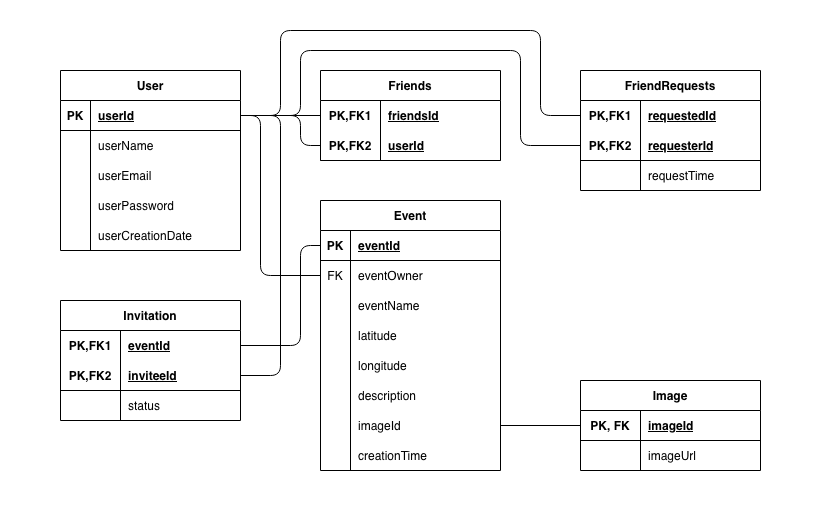
Above: assets/data_model.png in lucashoeft/huddle (draw.io), before the change. Source tidied: cells renumbered, new cells last; positions are measured from the earlier drawing's top-left corner, leaving out a move shared by most shapes. The source it was exported from:
```xml
<mxGraphModel>
  <root>
    <mxCell id="0" />
    <mxCell id="1" parent="0" />
    <mxCell id="2" style="rounded=0;whiteSpace=wrap;html=1;strokeColor=none;" parent="1" vertex="1">
      <mxGeometry width="820" height="520" as="geometry" />
    </mxCell>
    <mxCell id="3" value="User" style="shape=table;startSize=30;rowLines=0;fontStyle=1;align=center;" parent="1" vertex="1">
      <mxGeometry x="60" y="70" width="180" height="180" as="geometry" />
    </mxCell>
    <mxCell id="4" style="shape=partialRectangle;fillColor=none;top=0;left=0;bottom=1;right=0;points=[[0,0.5],[1,0.5]];portConstraint=eastwest;" parent="3" vertex="1">
      <mxGeometry y="30" width="180" height="30" as="geometry" />
    </mxCell>
    <mxCell id="5" value="PK" style="shape=partialRectangle;fillColor=none;top=0;left=0;bottom=0;right=0;fontStyle=1;overflow=hidden;" parent="4" vertex="1">
      <mxGeometry width="30" height="30" as="geometry" />
    </mxCell>
    <mxCell id="6" value="userId" style="shape=partialRectangle;fillColor=none;top=0;left=0;bottom=0;right=0;align=left;spacingLeft=6;fontStyle=5;overflow=hidden;" parent="4" vertex="1">
      <mxGeometry x="30" width="150" height="30" as="geometry" />
    </mxCell>
    <mxCell id="7" style="shape=partialRectangle;fillColor=none;top=0;left=0;bottom=0;right=0;" parent="3" vertex="1">
      <mxGeometry y="60" width="180" height="30" as="geometry" />
    </mxCell>
    <mxCell id="8" style="shape=partialRectangle;fillColor=none;top=0;left=0;bottom=0;right=0;overflow=hidden;" parent="7" vertex="1">
      <mxGeometry width="30" height="30" as="geometry" />
    </mxCell>
    <mxCell id="9" value="userName" style="shape=partialRectangle;fillColor=none;top=0;left=0;bottom=0;right=0;align=left;spacingLeft=6;overflow=hidden;" parent="7" vertex="1">
      <mxGeometry x="30" width="150" height="30" as="geometry" />
    </mxCell>
    <mxCell id="10" style="shape=partialRectangle;fillColor=none;top=0;left=0;bottom=0;right=0;" parent="3" vertex="1">
      <mxGeometry y="90" width="180" height="30" as="geometry" />
    </mxCell>
    <mxCell id="11" style="shape=partialRectangle;fillColor=none;top=0;left=0;bottom=0;right=0;overflow=hidden;" parent="10" vertex="1">
      <mxGeometry width="30" height="30" as="geometry" />
    </mxCell>
    <mxCell id="12" value="userEmail" style="shape=partialRectangle;fillColor=none;top=0;left=0;bottom=0;right=0;align=left;spacingLeft=6;overflow=hidden;" parent="10" vertex="1">
      <mxGeometry x="30" width="150" height="30" as="geometry" />
    </mxCell>
    <mxCell id="13" style="shape=partialRectangle;fillColor=none;top=0;left=0;bottom=0;right=0;" parent="3" vertex="1">
      <mxGeometry y="120" width="180" height="30" as="geometry" />
    </mxCell>
    <mxCell id="14" style="shape=partialRectangle;fillColor=none;top=0;left=0;bottom=0;right=0;overflow=hidden;" parent="13" vertex="1">
      <mxGeometry width="30" height="30" as="geometry" />
    </mxCell>
    <mxCell id="15" value="userPassword" style="shape=partialRectangle;fillColor=none;top=0;left=0;bottom=0;right=0;align=left;spacingLeft=6;overflow=hidden;" parent="13" vertex="1">
      <mxGeometry x="30" width="150" height="30" as="geometry" />
    </mxCell>
    <mxCell id="16" style="shape=partialRectangle;fillColor=none;top=0;left=0;bottom=0;right=0;" parent="3" vertex="1">
      <mxGeometry y="150" width="180" height="30" as="geometry" />
    </mxCell>
    <mxCell id="17" style="shape=partialRectangle;fillColor=none;top=0;left=0;bottom=0;right=0;overflow=hidden;" parent="16" vertex="1">
      <mxGeometry width="30" height="30" as="geometry" />
    </mxCell>
    <mxCell id="18" value="userCreationDate" style="shape=partialRectangle;fillColor=none;top=0;left=0;bottom=0;right=0;align=left;spacingLeft=6;overflow=hidden;" parent="16" vertex="1">
      <mxGeometry x="30" width="150" height="30" as="geometry" />
    </mxCell>
    <mxCell id="19" value="Event" style="shape=table;startSize=30;rowLines=0;fontStyle=1;align=center;" parent="1" vertex="1">
      <mxGeometry x="320" y="200" width="180" height="270" as="geometry" />
    </mxCell>
    <mxCell id="20" style="shape=partialRectangle;fillColor=none;top=0;left=0;bottom=1;right=0;points=[[0,0.5],[1,0.5]];portConstraint=eastwest;" parent="19" vertex="1">
      <mxGeometry y="30" width="180" height="30" as="geometry" />
    </mxCell>
    <mxCell id="21" value="PK" style="shape=partialRectangle;fillColor=none;top=0;left=0;bottom=0;right=0;fontStyle=1;overflow=hidden;" parent="20" vertex="1">
      <mxGeometry width="30" height="30" as="geometry" />
    </mxCell>
    <mxCell id="22" value="eventId" style="shape=partialRectangle;fillColor=none;top=0;left=0;bottom=0;right=0;align=left;spacingLeft=6;fontStyle=5;overflow=hidden;" parent="20" vertex="1">
      <mxGeometry x="30" width="150" height="30" as="geometry" />
    </mxCell>
    <mxCell id="23" style="shape=partialRectangle;fillColor=none;top=0;left=0;bottom=0;right=0;points=[[0,0.5],[1,0.5]];portConstraint=eastwest;" parent="19" vertex="1">
      <mxGeometry y="60" width="180" height="30" as="geometry" />
    </mxCell>
    <mxCell id="24" value="FK" style="shape=partialRectangle;fillColor=none;top=0;left=0;bottom=0;right=0;overflow=hidden;" parent="23" vertex="1">
      <mxGeometry width="30" height="30" as="geometry" />
    </mxCell>
    <mxCell id="25" value="eventOwner" style="shape=partialRectangle;fillColor=none;top=0;left=0;bottom=0;right=0;align=left;spacingLeft=6;overflow=hidden;" parent="23" vertex="1">
      <mxGeometry x="30" width="150" height="30" as="geometry" />
    </mxCell>
    <mxCell id="26" style="shape=partialRectangle;fillColor=none;top=0;left=0;bottom=0;right=0;" parent="19" vertex="1">
      <mxGeometry y="90" width="180" height="30" as="geometry" />
    </mxCell>
    <mxCell id="27" style="shape=partialRectangle;fillColor=none;top=0;left=0;bottom=0;right=0;overflow=hidden;" parent="26" vertex="1">
      <mxGeometry width="30" height="30" as="geometry" />
    </mxCell>
    <mxCell id="28" value="eventName" style="shape=partialRectangle;fillColor=none;top=0;left=0;bottom=0;right=0;align=left;spacingLeft=6;overflow=hidden;" parent="26" vertex="1">
      <mxGeometry x="30" width="150" height="30" as="geometry" />
    </mxCell>
    <mxCell id="29" style="shape=partialRectangle;fillColor=none;top=0;left=0;bottom=0;right=0;" parent="19" vertex="1">
      <mxGeometry y="120" width="180" height="30" as="geometry" />
    </mxCell>
    <mxCell id="30" style="shape=partialRectangle;fillColor=none;top=0;left=0;bottom=0;right=0;overflow=hidden;" parent="29" vertex="1">
      <mxGeometry width="30" height="30" as="geometry" />
    </mxCell>
    <mxCell id="31" value="latitude" style="shape=partialRectangle;fillColor=none;top=0;left=0;bottom=0;right=0;align=left;spacingLeft=6;overflow=hidden;" parent="29" vertex="1">
      <mxGeometry x="30" width="150" height="30" as="geometry" />
    </mxCell>
    <mxCell id="32" style="shape=partialRectangle;fillColor=none;top=0;left=0;bottom=0;right=0;" parent="19" vertex="1">
      <mxGeometry y="150" width="180" height="30" as="geometry" />
    </mxCell>
    <mxCell id="33" style="shape=partialRectangle;fillColor=none;top=0;left=0;bottom=0;right=0;overflow=hidden;" parent="32" vertex="1">
      <mxGeometry width="30" height="30" as="geometry" />
    </mxCell>
    <mxCell id="34" value="longitude" style="shape=partialRectangle;fillColor=none;top=0;left=0;bottom=0;right=0;align=left;spacingLeft=6;overflow=hidden;" parent="32" vertex="1">
      <mxGeometry x="30" width="150" height="30" as="geometry" />
    </mxCell>
    <mxCell id="35" style="shape=partialRectangle;fillColor=none;top=0;left=0;bottom=0;right=0;" parent="19" vertex="1">
      <mxGeometry y="180" width="180" height="30" as="geometry" />
    </mxCell>
    <mxCell id="36" style="shape=partialRectangle;fillColor=none;top=0;left=0;bottom=0;right=0;overflow=hidden;" parent="35" vertex="1">
      <mxGeometry width="30" height="30" as="geometry" />
    </mxCell>
    <mxCell id="37" value="description" style="shape=partialRectangle;fillColor=none;top=0;left=0;bottom=0;right=0;align=left;spacingLeft=6;overflow=hidden;" parent="35" vertex="1">
      <mxGeometry x="30" width="150" height="30" as="geometry" />
    </mxCell>
    <mxCell id="38" style="shape=partialRectangle;fillColor=none;top=0;left=0;bottom=0;right=0;points=[[0,0.5],[1,0.5]];portConstraint=eastwest;" parent="19" vertex="1">
      <mxGeometry y="210" width="180" height="30" as="geometry" />
    </mxCell>
    <mxCell id="39" style="shape=partialRectangle;fillColor=none;top=0;left=0;bottom=0;right=0;overflow=hidden;" parent="38" vertex="1">
      <mxGeometry width="30" height="30" as="geometry" />
    </mxCell>
    <mxCell id="40" value="imageId" style="shape=partialRectangle;fillColor=none;top=0;left=0;bottom=0;right=0;align=left;spacingLeft=6;overflow=hidden;" parent="38" vertex="1">
      <mxGeometry x="30" width="150" height="30" as="geometry" />
    </mxCell>
    <mxCell id="41" style="shape=partialRectangle;fillColor=none;top=0;left=0;bottom=0;right=0;" parent="19" vertex="1">
      <mxGeometry y="240" width="180" height="30" as="geometry" />
    </mxCell>
    <mxCell id="42" style="shape=partialRectangle;fillColor=none;top=0;left=0;bottom=0;right=0;overflow=hidden;" parent="41" vertex="1">
      <mxGeometry width="30" height="30" as="geometry" />
    </mxCell>
    <mxCell id="43" value="creationTime" style="shape=partialRectangle;fillColor=none;top=0;left=0;bottom=0;right=0;align=left;spacingLeft=6;overflow=hidden;" parent="41" vertex="1">
      <mxGeometry x="30" width="150" height="30" as="geometry" />
    </mxCell>
    <mxCell id="44" value="Friends" style="shape=table;startSize=30;rowLines=0;fontStyle=1;align=center;" parent="1" vertex="1">
      <mxGeometry x="320" y="70" width="180" height="90" as="geometry" />
    </mxCell>
    <mxCell id="45" style="shape=partialRectangle;fillColor=none;top=0;left=0;bottom=0;right=0;points=[[0,0.5],[1,0.5]];portConstraint=eastwest;" parent="44" vertex="1">
      <mxGeometry y="30" width="180" height="30" as="geometry" />
    </mxCell>
    <mxCell id="46" value="PK,FK1" style="shape=partialRectangle;fillColor=none;top=0;left=0;bottom=0;right=0;fontStyle=1;overflow=hidden;" parent="45" vertex="1">
      <mxGeometry width="60" height="30" as="geometry" />
    </mxCell>
    <mxCell id="47" value="friendsId" style="shape=partialRectangle;fillColor=none;top=0;left=0;bottom=0;right=0;align=left;spacingLeft=6;fontStyle=5;overflow=hidden;" parent="45" vertex="1">
      <mxGeometry x="60" width="120" height="30" as="geometry" />
    </mxCell>
    <mxCell id="48" style="shape=partialRectangle;fillColor=none;top=0;left=0;bottom=1;right=0;points=[[0,0.5],[1,0.5]];portConstraint=eastwest;" parent="44" vertex="1">
      <mxGeometry y="60" width="180" height="30" as="geometry" />
    </mxCell>
    <mxCell id="49" value="PK,FK2" style="shape=partialRectangle;fillColor=none;top=0;left=0;bottom=0;right=0;fontStyle=1;overflow=hidden;" parent="48" vertex="1">
      <mxGeometry width="60" height="30" as="geometry" />
    </mxCell>
    <mxCell id="50" value="userId" style="shape=partialRectangle;fillColor=none;top=0;left=0;bottom=0;right=0;align=left;spacingLeft=6;fontStyle=5;overflow=hidden;" parent="48" vertex="1">
      <mxGeometry x="60" width="120" height="30" as="geometry" />
    </mxCell>
    <mxCell id="51" value="Image" style="shape=table;startSize=30;rowLines=0;fontStyle=1;align=center;" parent="1" vertex="1">
      <mxGeometry x="580" y="380" width="180" height="90" as="geometry" />
    </mxCell>
    <mxCell id="52" style="shape=partialRectangle;fillColor=none;top=0;left=0;bottom=1;right=0;points=[[0,0.5],[1,0.5]];portConstraint=eastwest;" parent="51" vertex="1">
      <mxGeometry y="30" width="180" height="30" as="geometry" />
    </mxCell>
    <mxCell id="53" value="PK, FK" style="shape=partialRectangle;fillColor=none;top=0;left=0;bottom=0;right=0;fontStyle=1;overflow=hidden;" parent="52" vertex="1">
      <mxGeometry width="60" height="30" as="geometry" />
    </mxCell>
    <mxCell id="54" value="imageId" style="shape=partialRectangle;fillColor=none;top=0;left=0;bottom=0;right=0;align=left;spacingLeft=6;fontStyle=5;overflow=hidden;" parent="52" vertex="1">
      <mxGeometry x="60" width="120" height="30" as="geometry" />
    </mxCell>
    <mxCell id="55" style="shape=partialRectangle;fillColor=none;top=0;left=0;bottom=0;right=0;" parent="51" vertex="1">
      <mxGeometry y="60" width="180" height="30" as="geometry" />
    </mxCell>
    <mxCell id="56" style="shape=partialRectangle;fillColor=none;top=0;left=0;bottom=0;right=0;overflow=hidden;" parent="55" vertex="1">
      <mxGeometry width="60" height="30" as="geometry" />
    </mxCell>
    <mxCell id="57" value="imageUrl" style="shape=partialRectangle;fillColor=none;top=0;left=0;bottom=0;right=0;align=left;spacingLeft=6;overflow=hidden;" parent="55" vertex="1">
      <mxGeometry x="60" width="120" height="30" as="geometry" />
    </mxCell>
    <mxCell id="58" style="endArrow=none;html=1;rounded=0;exitX=1;exitY=0.5;exitDx=0;exitDy=0;entryX=0;entryY=0.5;entryDx=0;entryDy=0;" parent="1" edge="1" source="38" target="52">
      <mxGeometry relative="1" as="geometry" />
    </mxCell>
    <mxCell id="59" value="Invitation" style="shape=table;startSize=30;rowLines=0;fontStyle=1;align=center;" parent="1" vertex="1">
      <mxGeometry x="60" y="300" width="180" height="120" as="geometry" />
    </mxCell>
    <mxCell id="60" style="shape=partialRectangle;fillColor=none;top=0;left=0;bottom=0;right=0;points=[[0,0.5],[1,0.5]];portConstraint=eastwest;" parent="59" vertex="1">
      <mxGeometry y="30" width="180" height="30" as="geometry" />
    </mxCell>
    <mxCell id="61" value="PK,FK1" style="shape=partialRectangle;fillColor=none;top=0;left=0;bottom=0;right=0;fontStyle=1;overflow=hidden;" parent="60" vertex="1">
      <mxGeometry width="60" height="30" as="geometry" />
    </mxCell>
    <mxCell id="62" value="eventId" style="shape=partialRectangle;fillColor=none;top=0;left=0;bottom=0;right=0;align=left;spacingLeft=6;fontStyle=5;overflow=hidden;" parent="60" vertex="1">
      <mxGeometry x="60" width="120" height="30" as="geometry" />
    </mxCell>
    <mxCell id="63" style="shape=partialRectangle;fillColor=none;top=0;left=0;bottom=1;right=0;points=[[0,0.5],[1,0.5]];portConstraint=eastwest;" parent="59" vertex="1">
      <mxGeometry y="60" width="180" height="30" as="geometry" />
    </mxCell>
    <mxCell id="64" value="PK,FK2" style="shape=partialRectangle;fillColor=none;top=0;left=0;bottom=0;right=0;fontStyle=1;overflow=hidden;" parent="63" vertex="1">
      <mxGeometry width="60" height="30" as="geometry" />
    </mxCell>
    <mxCell id="65" value="inviteeId" style="shape=partialRectangle;fillColor=none;top=0;left=0;bottom=0;right=0;align=left;spacingLeft=6;fontStyle=5;overflow=hidden;" parent="63" vertex="1">
      <mxGeometry x="60" width="120" height="30" as="geometry" />
    </mxCell>
    <mxCell id="66" style="shape=partialRectangle;fillColor=none;top=0;left=0;bottom=0;right=0;" parent="59" vertex="1">
      <mxGeometry y="90" width="180" height="30" as="geometry" />
    </mxCell>
    <mxCell id="67" style="shape=partialRectangle;fillColor=none;top=0;left=0;bottom=0;right=0;overflow=hidden;" parent="66" vertex="1">
      <mxGeometry width="60" height="30" as="geometry" />
    </mxCell>
    <mxCell id="68" value="status" style="shape=partialRectangle;fillColor=none;top=0;left=0;bottom=0;right=0;align=left;spacingLeft=6;overflow=hidden;" parent="66" vertex="1">
      <mxGeometry x="60" width="120" height="30" as="geometry" />
    </mxCell>
    <mxCell id="69" style="endArrow=none;html=1;entryX=1;entryY=0.5;entryDx=0;entryDy=0;exitX=1;exitY=0.5;exitDx=0;exitDy=0;" parent="1" edge="1" source="4" target="63">
      <mxGeometry relative="1" as="geometry">
        <Array as="points">
          <mxPoint x="280" y="115" />
          <mxPoint x="280" y="375" />
        </Array>
      </mxGeometry>
    </mxCell>
    <mxCell id="70" style="endArrow=none;html=1;entryX=1;entryY=0.5;entryDx=0;entryDy=0;exitX=0;exitY=0.5;exitDx=0;exitDy=0;" parent="1" edge="1" source="20" target="60">
      <mxGeometry relative="1" as="geometry">
        <Array as="points">
          <mxPoint x="300" y="245" />
          <mxPoint x="300" y="345" />
        </Array>
      </mxGeometry>
    </mxCell>
    <mxCell id="71" style="endArrow=none;html=1;exitX=0;exitY=0.5;exitDx=0;exitDy=0;entryX=1;entryY=0.5;entryDx=0;entryDy=0;" parent="1" edge="1" source="45" target="4">
      <mxGeometry relative="1" as="geometry" />
    </mxCell>
    <mxCell id="72" style="endArrow=none;html=1;exitX=0;exitY=0.5;exitDx=0;exitDy=0;entryX=1;entryY=0.5;entryDx=0;entryDy=0;" parent="1" edge="1" source="48" target="4">
      <mxGeometry relative="1" as="geometry">
        <Array as="points">
          <mxPoint x="300" y="145" />
          <mxPoint x="300" y="115" />
        </Array>
      </mxGeometry>
    </mxCell>
    <mxCell id="73" style="endArrow=none;html=1;entryX=0;entryY=0.5;entryDx=0;entryDy=0;exitX=1;exitY=0.5;exitDx=0;exitDy=0;" parent="1" edge="1" source="4" target="23">
      <mxGeometry relative="1" as="geometry">
        <Array as="points">
          <mxPoint x="260" y="115" />
          <mxPoint x="260" y="275" />
        </Array>
      </mxGeometry>
    </mxCell>
    <mxCell id="74" value="FriendRequests" style="shape=table;startSize=30;rowLines=0;fontStyle=1;align=center;" parent="1" vertex="1">
      <mxGeometry x="580" y="70" width="180" height="120" as="geometry" />
    </mxCell>
    <mxCell id="75" style="shape=partialRectangle;fillColor=none;top=0;left=0;bottom=0;right=0;points=[[0,0.5],[1,0.5]];portConstraint=eastwest;" parent="74" vertex="1">
      <mxGeometry y="30" width="180" height="30" as="geometry" />
    </mxCell>
    <mxCell id="76" value="PK,FK1" style="shape=partialRectangle;fillColor=none;top=0;left=0;bottom=0;right=0;fontStyle=1;overflow=hidden;" parent="75" vertex="1">
      <mxGeometry width="60" height="30" as="geometry" />
    </mxCell>
    <mxCell id="77" value="requestedId" style="shape=partialRectangle;fillColor=none;top=0;left=0;bottom=0;right=0;align=left;spacingLeft=6;fontStyle=5;overflow=hidden;" parent="75" vertex="1">
      <mxGeometry x="60" width="120" height="30" as="geometry" />
    </mxCell>
    <mxCell id="78" style="shape=partialRectangle;fillColor=none;top=0;left=0;bottom=1;right=0;points=[[0,0.5],[1,0.5]];portConstraint=eastwest;" parent="74" vertex="1">
      <mxGeometry y="60" width="180" height="30" as="geometry" />
    </mxCell>
    <mxCell id="79" value="PK,FK2" style="shape=partialRectangle;fillColor=none;top=0;left=0;bottom=0;right=0;fontStyle=1;overflow=hidden;" parent="78" vertex="1">
      <mxGeometry width="60" height="30" as="geometry" />
    </mxCell>
    <mxCell id="80" value="requesterId" style="shape=partialRectangle;fillColor=none;top=0;left=0;bottom=0;right=0;align=left;spacingLeft=6;fontStyle=5;overflow=hidden;" parent="78" vertex="1">
      <mxGeometry x="60" width="120" height="30" as="geometry" />
    </mxCell>
    <mxCell id="81" style="shape=partialRectangle;fillColor=none;top=0;left=0;bottom=0;right=0;" parent="74" vertex="1">
      <mxGeometry y="90" width="180" height="30" as="geometry" />
    </mxCell>
    <mxCell id="82" style="shape=partialRectangle;fillColor=none;top=0;left=0;bottom=0;right=0;overflow=hidden;" parent="81" vertex="1">
      <mxGeometry width="60" height="30" as="geometry" />
    </mxCell>
    <mxCell id="83" value="requestTime" style="shape=partialRectangle;fillColor=none;top=0;left=0;bottom=0;right=0;align=left;spacingLeft=6;overflow=hidden;" parent="81" vertex="1">
      <mxGeometry x="60" width="120" height="30" as="geometry" />
    </mxCell>
    <mxCell id="84" style="endArrow=none;html=1;entryX=0;entryY=0.5;entryDx=0;entryDy=0;exitX=1;exitY=0.5;exitDx=0;exitDy=0;" parent="1" edge="1" source="4" target="75">
      <mxGeometry relative="1" as="geometry">
        <Array as="points">
          <mxPoint x="280" y="115" />
          <mxPoint x="280" y="30" />
          <mxPoint x="540" y="30" />
          <mxPoint x="540" y="115" />
        </Array>
      </mxGeometry>
    </mxCell>
    <mxCell id="85" style="endArrow=none;html=1;entryX=0;entryY=0.5;entryDx=0;entryDy=0;exitX=1;exitY=0.5;exitDx=0;exitDy=0;" parent="1" edge="1" source="4" target="78">
      <mxGeometry relative="1" as="geometry">
        <Array as="points">
          <mxPoint x="300" y="115" />
          <mxPoint x="300" y="50" />
          <mxPoint x="520" y="50" />
          <mxPoint x="520" y="145" />
        </Array>
      </mxGeometry>
    </mxCell>
  </root>
</mxGraphModel>
```
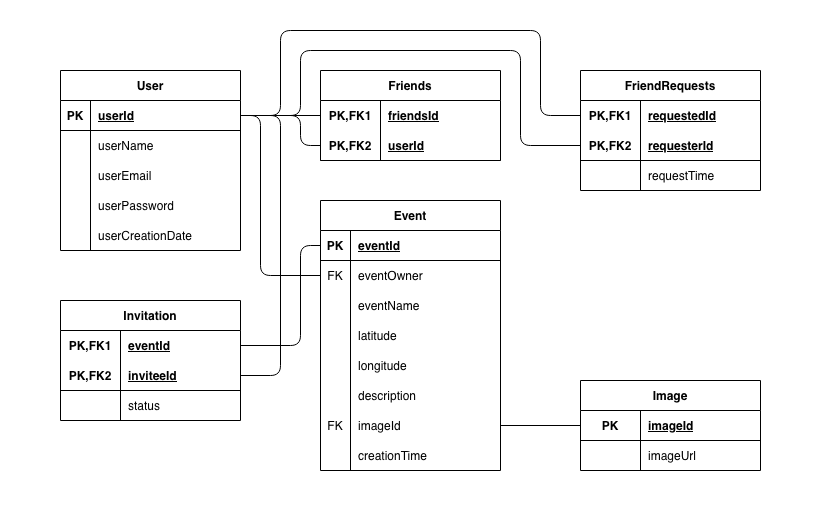
After the change.

What changed in the source:
```diff
@@ -113,7 +113,7 @@
     <mxCell id="38" style="shape=partialRectangle;fillColor=none;top=0;left=0;bottom=0;right=0;points=[[0,0.5],[1,0.5]];portConstraint=eastwest;" parent="19" vertex="1">
       <mxGeometry y="210" width="180" height="30" as="geometry" />
     </mxCell>
-    <mxCell id="39" style="shape=partialRectangle;fillColor=none;top=0;left=0;bottom=0;right=0;overflow=hidden;" parent="38" vertex="1">
+    <mxCell id="39" value="FK" style="shape=partialRectangle;fillColor=none;top=0;left=0;bottom=0;right=0;overflow=hidden;" parent="38" vertex="1">
       <mxGeometry width="30" height="30" as="geometry" />
     </mxCell>
     <mxCell id="40" value="imageId" style="shape=partialRectangle;fillColor=none;top=0;left=0;bottom=0;right=0;align=left;spacingLeft=6;overflow=hidden;" parent="38" vertex="1">
@@ -155,7 +155,7 @@
     <mxCell id="52" style="shape=partialRectangle;fillColor=none;top=0;left=0;bottom=1;right=0;points=[[0,0.5],[1,0.5]];portConstraint=eastwest;" parent="51" vertex="1">
       <mxGeometry y="30" width="180" height="30" as="geometry" />
     </mxCell>
-    <mxCell id="53" value="PK, FK" style="shape=partialRectangle;fillColor=none;top=0;left=0;bottom=0;right=0;fontStyle=1;overflow=hidden;" parent="52" vertex="1">
+    <mxCell id="53" value="PK" style="shape=partialRectangle;fillColor=none;top=0;left=0;bottom=0;right=0;fontStyle=1;overflow=hidden;" parent="52" vertex="1">
       <mxGeometry width="60" height="30" as="geometry" />
     </mxCell>
     <mxCell id="54" value="imageId" style="shape=partialRectangle;fillColor=none;top=0;left=0;bottom=0;right=0;align=left;spacingLeft=6;fontStyle=5;overflow=hidden;" parent="52" vertex="1">
```
